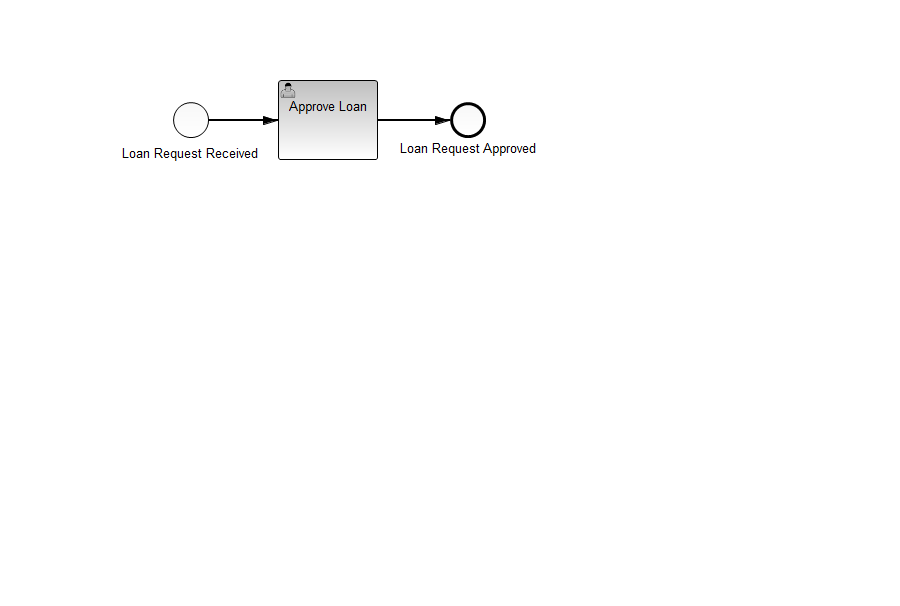
Earlier version of the BPMN export developing-process-applications/src/main/resources/loan-approval.png (pduleba/Camunda-SL). Its source is kept beside it as developing-process-applications/src/main/resources/loan-approval.bpmn. Ids are renumbered.
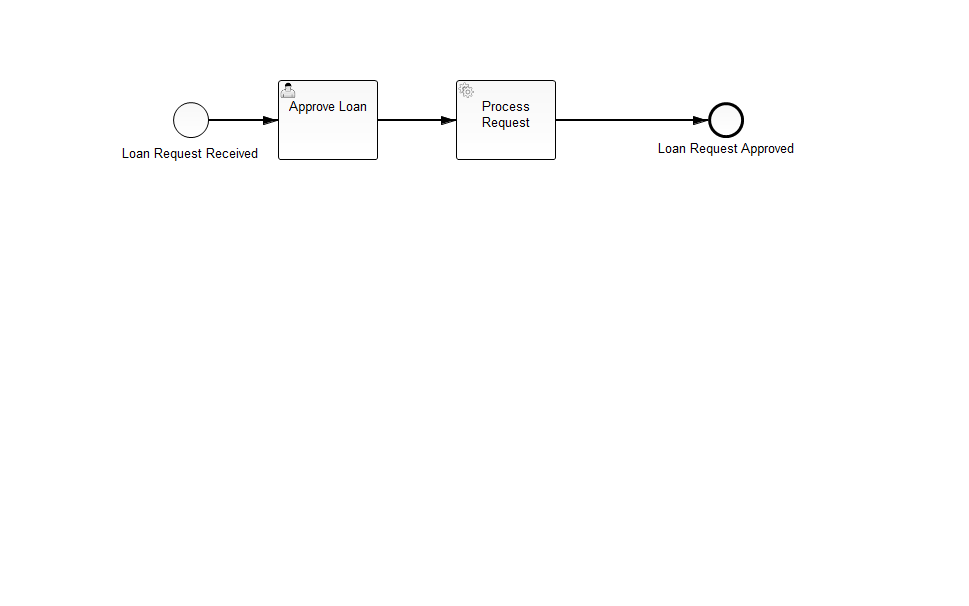
Later version of the same file.

Diff of the diagram source:
```diff
@@ -8,10 +8,15 @@
       <bpmn:incoming>SequenceFlow_n1</bpmn:incoming>
       <bpmn:outgoing>SequenceFlow_n3</bpmn:outgoing>
     </bpmn:userTask>
+    <bpmn:sequenceFlow id="SequenceFlow_n3" sourceRef="UserTask_n2" targetRef="ServiceTask_1"/>
+    <bpmn:serviceTask id="ServiceTask_1" camunda_1:class="org.camunda.bpm.getstarted.loanapproval.ProcessRequestDelegate" name="Process Request">
+      <bpmn:incoming>SequenceFlow_n3</bpmn:incoming>
+      <bpmn:outgoing>SequenceFlow_1</bpmn:outgoing>
+    </bpmn:serviceTask>
+    <bpmn:sequenceFlow id="SequenceFlow_1" name="" sourceRef="ServiceTask_1" targetRef="EndEvent_n4"/>
     <bpmn:endEvent id="EndEvent_n4" name="Loan Request Approved">
-      <bpmn:incoming>SequenceFlow_n3</bpmn:incoming>
+      <bpmn:incoming>SequenceFlow_1</bpmn:incoming>
     </bpmn:endEvent>
-    <bpmn:sequenceFlow id="SequenceFlow_n3" sourceRef="UserTask_n2" targetRef="EndEvent_n4"/>
   </bpmn:process>
   <bpmndi:BPMNDiagram id="BPMNDiagram_1">
     <bpmndi:BPMNPlane id="BPMNPlane_1" bpmnElement="approve-loan">
@@ -29,16 +34,26 @@
         <dc:Bounds height="80.0" width="100.0" x="278.0" y="80.0"/>
       </bpmndi:BPMNShape>
       <bpmndi:BPMNShape id="EndEvent_n4_di" bpmnElement="EndEvent_n4">
-        <dc:Bounds height="36.0" width="36.0" x="450.0" y="102.0"/>
+        <dc:Bounds height="36.0" width="36.0" x="708.0" y="102.0"/>
         <bpmndi:BPMNLabel>
-          <dc:Bounds height="20.0" width="90.0" x="423.0" y="138.0"/>
+          <dc:Bounds height="22.0" width="143.0" x="655.0" y="138.0"/>
         </bpmndi:BPMNLabel>
       </bpmndi:BPMNShape>
-      <bpmndi:BPMNEdge id="SequenceFlow_n3_di" bpmnElement="SequenceFlow_n3">
+      <bpmndi:BPMNEdge id="SequenceFlow_n3_di" bpmnElement="SequenceFlow_n3" targetElement="_BPMNShape_ServiceTask_2">
         <di:waypoint xsi:type="dc:Point" x="378.0" y="120.0"/>
-        <di:waypoint xsi:type="dc:Point" x="450.0" y="120.0"/>
+        <di:waypoint xsi:type="dc:Point" x="456.0" y="120.0"/>
         <bpmndi:BPMNLabel>
-          <dc:Bounds height="20.0" width="90.0" x="369.0" y="110.0"/>
+          <dc:Bounds height="0.0" width="0.0" x="385.0" y="120.0"/>
+        </bpmndi:BPMNLabel>
+      </bpmndi:BPMNEdge>
+      <bpmndi:BPMNShape id="_BPMNShape_ServiceTask_2" bpmnElement="ServiceTask_1">
+        <dc:Bounds height="80.0" width="100.0" x="456.0" y="80.0"/>
+      </bpmndi:BPMNShape>
+      <bpmndi:BPMNEdge id="BPMNEdge_SequenceFlow_1" bpmnElement="SequenceFlow_1" sourceElement="_BPMNShape_ServiceTask_2" targetElement="EndEvent_n4_di">
+        <di:waypoint xsi:type="dc:Point" x="556.0" y="120.0"/>
+        <di:waypoint xsi:type="dc:Point" x="708.0" y="120.0"/>
+        <bpmndi:BPMNLabel>
+          <dc:Bounds height="6.0" width="6.0" x="560.0" y="120.0"/>
         </bpmndi:BPMNLabel>
       </bpmndi:BPMNEdge>
     </bpmndi:BPMNPlane>
```
